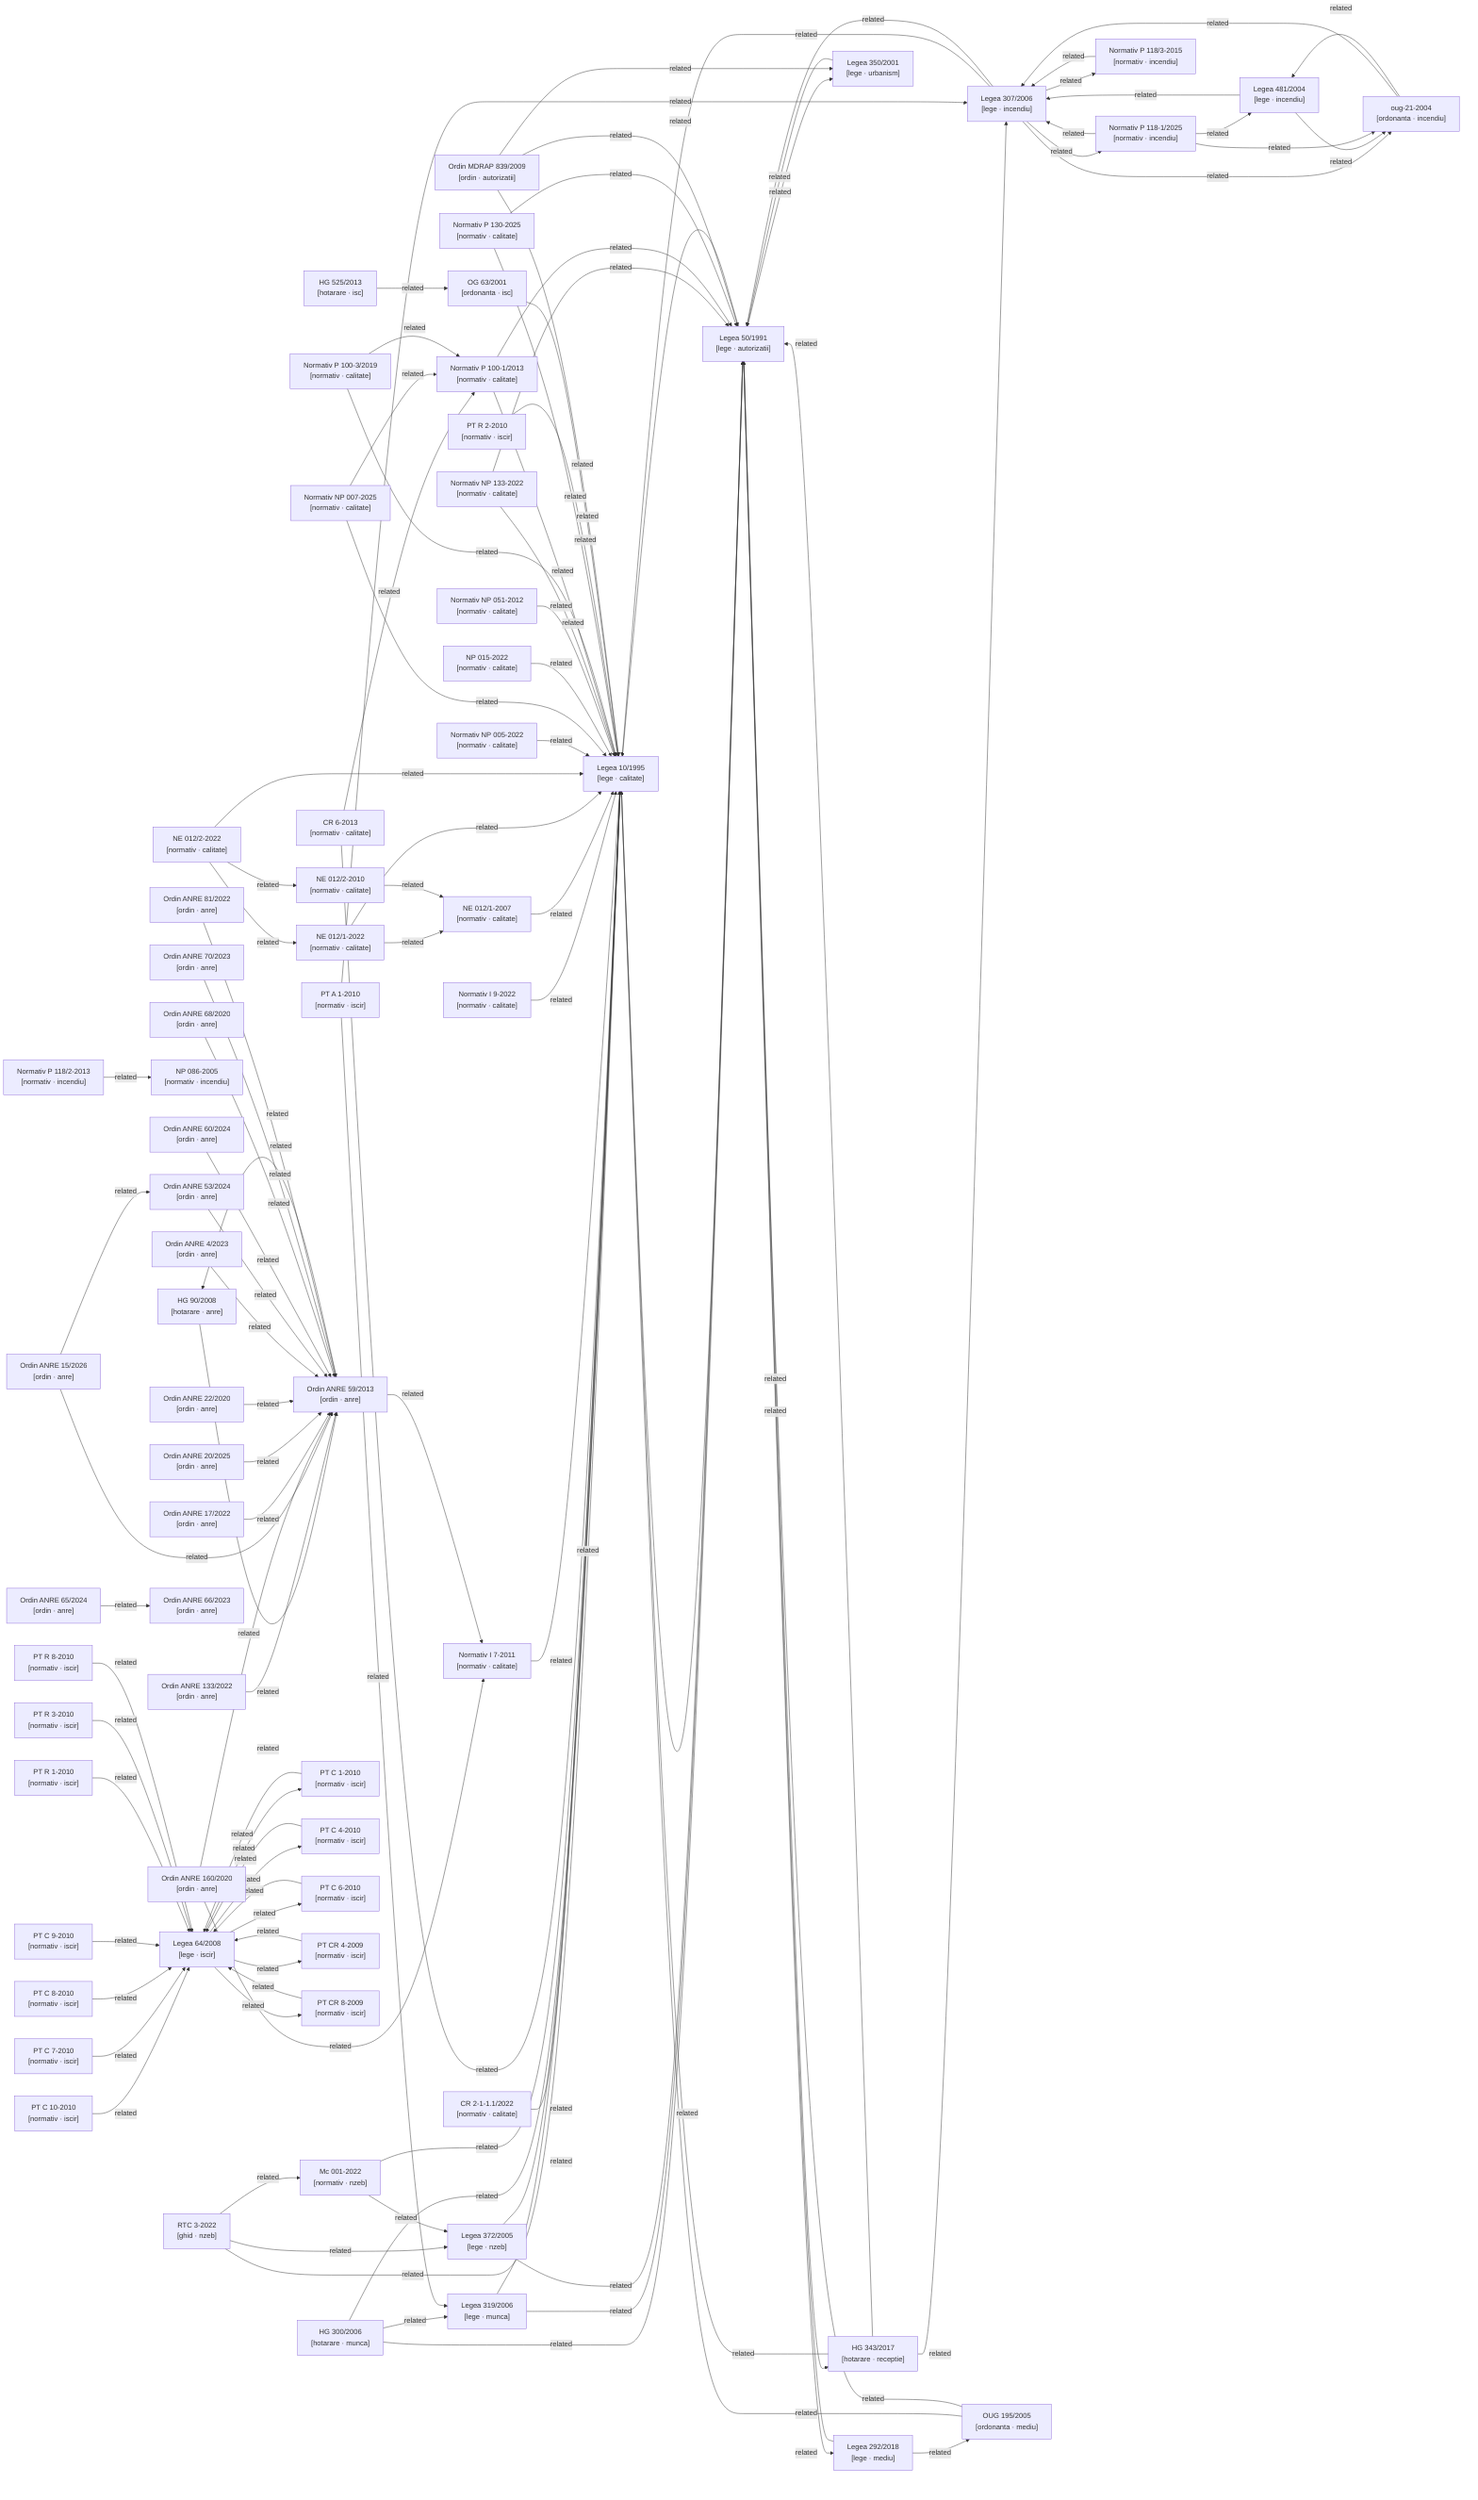
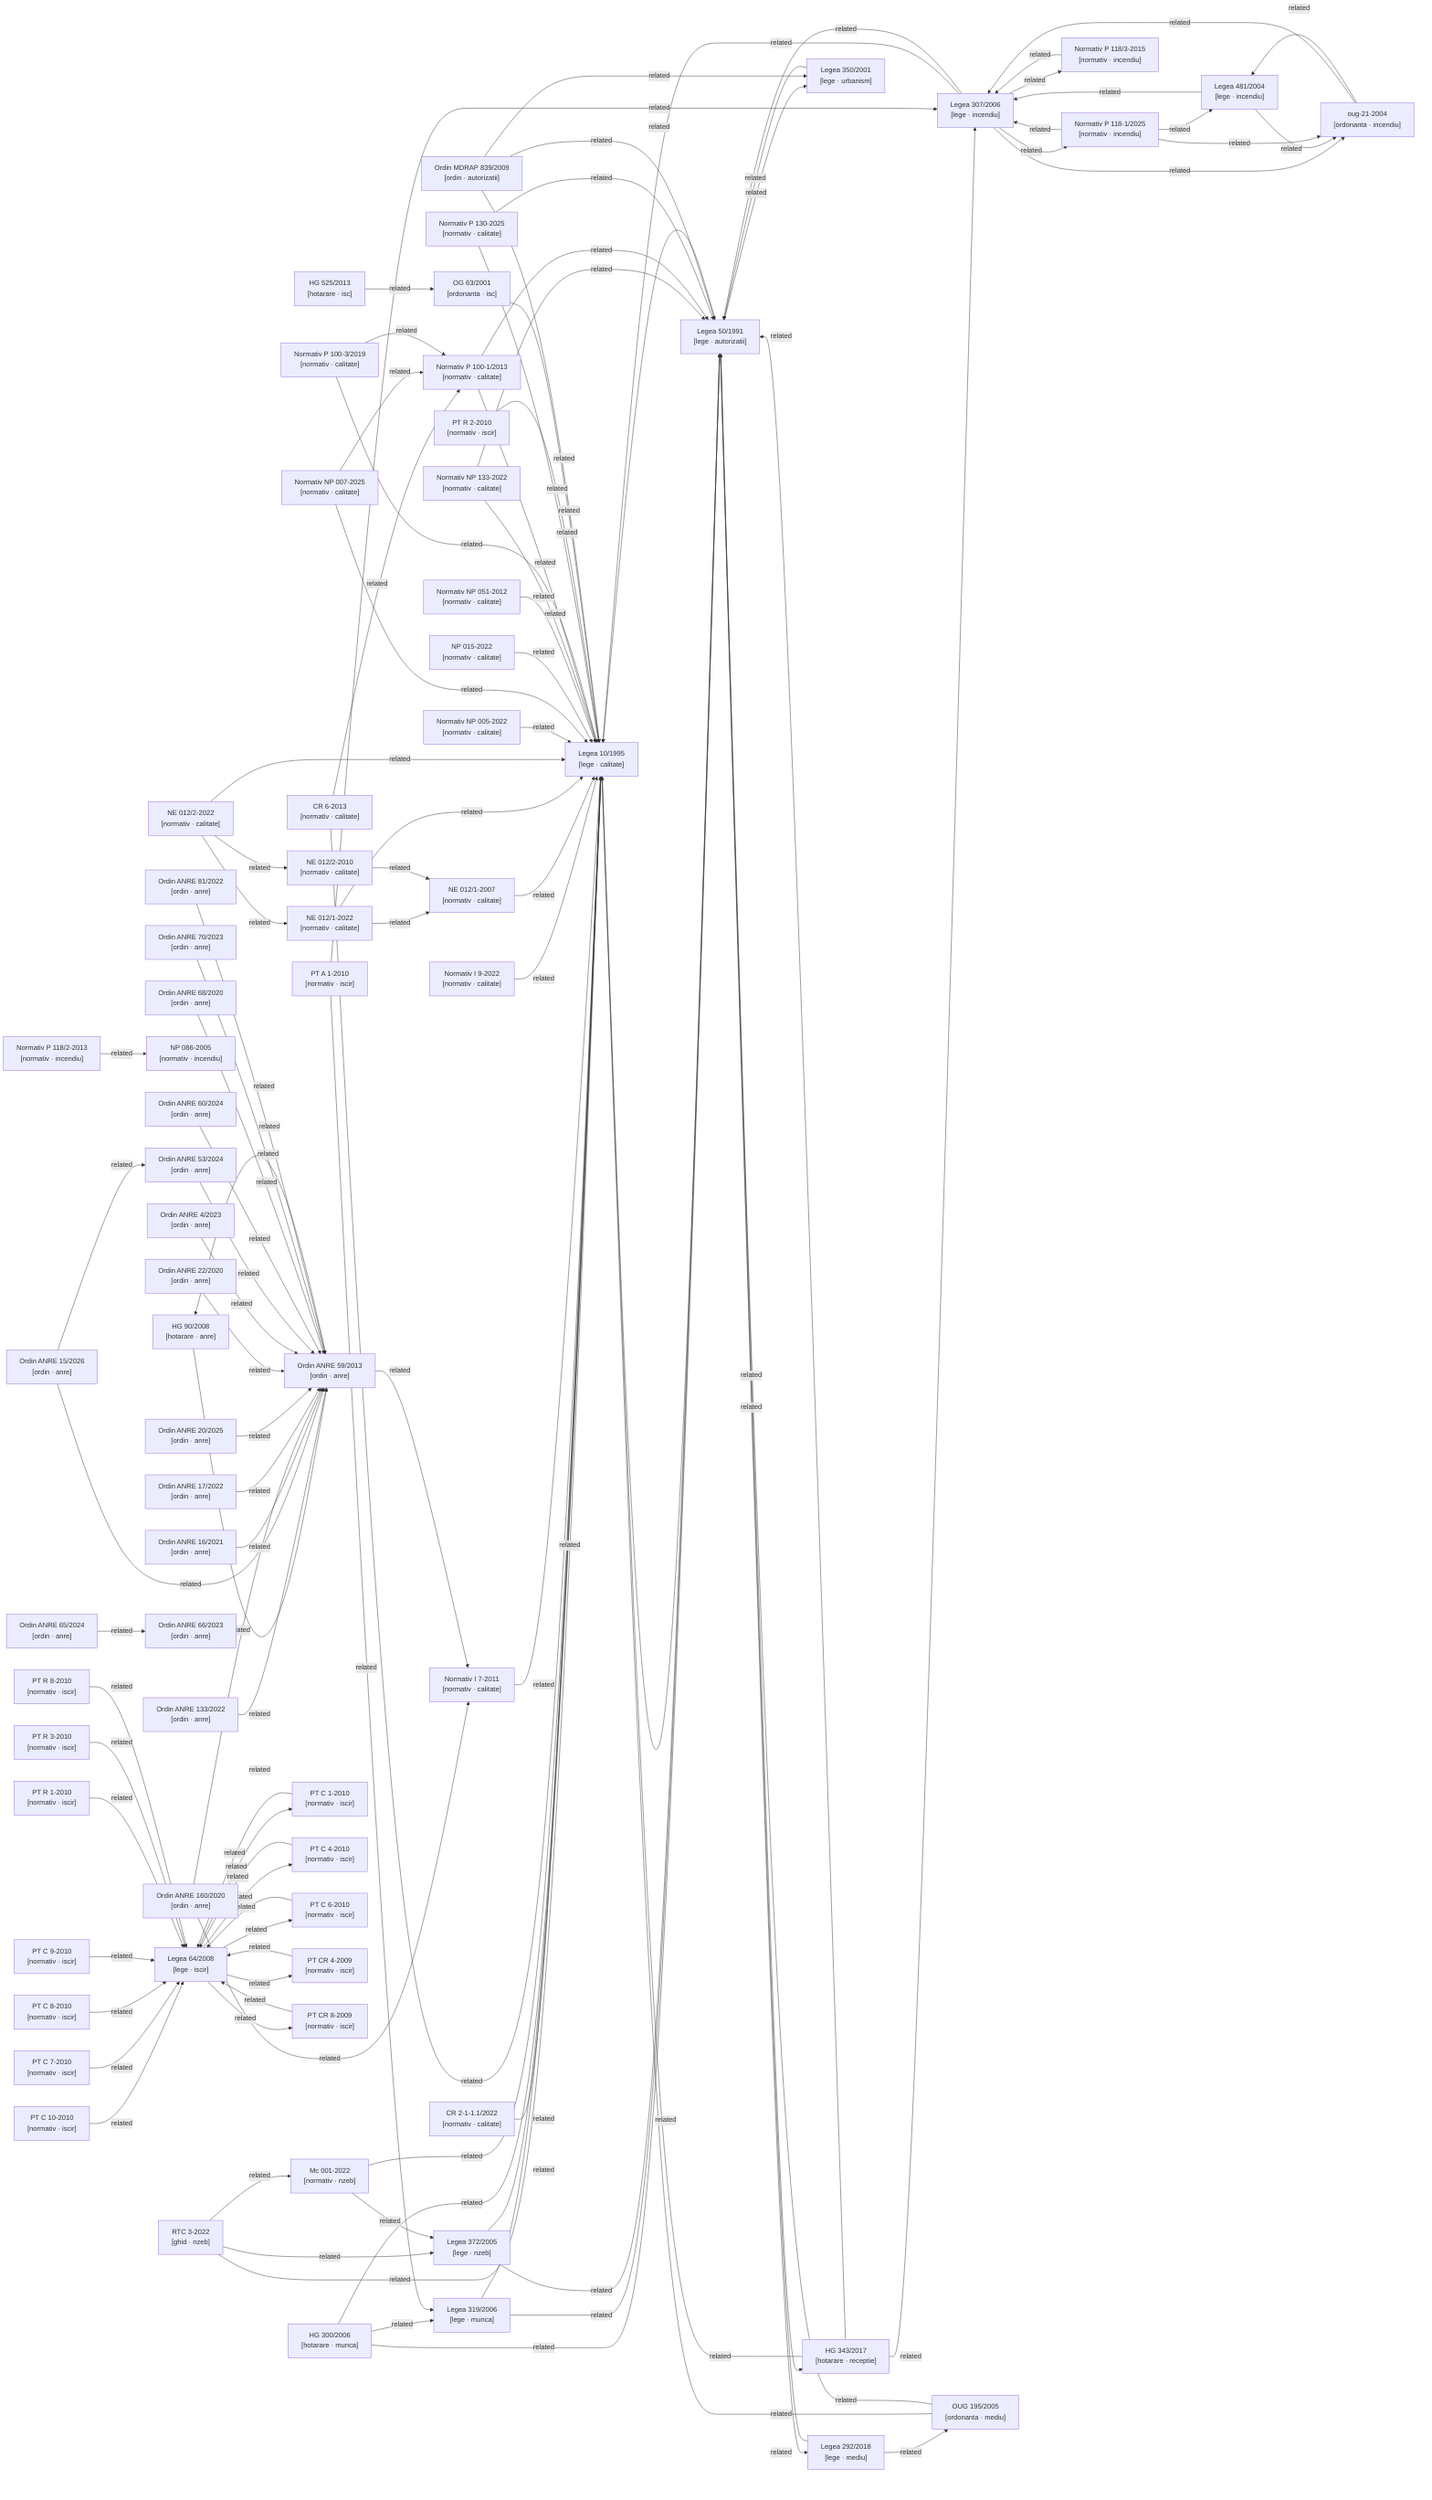
graph LR

  %% Nodes
  ghid-rtc3-2022["RTC 3-2022\n[ghid · nzeb]"]
  hg-300-2006["HG 300/2006\n[hotarare · munca]"]
  hg-343-2017["HG 343/2017\n[hotarare · receptie]"]
  hg-525-2013["HG 525/2013\n[hotarare · isc]"]
  hg-90-2008["HG 90/2008\n[hotarare · anre]"]
  lege-10-1995["Legea 10/1995\n[lege · calitate]"]
  lege-292-2018["Legea 292/2018\n[lege · mediu]"]
  lege-307-2006["Legea 307/2006\n[lege · incendiu]"]
  lege-319-2006["Legea 319/2006\n[lege · munca]"]
  lege-350-2001["Legea 350/2001\n[lege · urbanism]"]
  lege-372-2005["Legea 372/2005\n[lege · nzeb]"]
  lege-481-2004["Legea 481/2004\n[lege · incendiu]"]
  lege-50-1991["Legea 50/1991\n[lege · autorizatii]"]
  lege-64-2008["Legea 64/2008\n[lege · iscir]"]
  metodologie-mc001-2022["Mc 001-2022\n[normativ · nzeb]"]
  normativ-cr2-1-1-1-2022["CR 2-1-1.1/2022\n[normativ · calitate]"]
  normativ-cr6-2013["CR 6-2013\n[normativ · calitate]"]
  normativ-i7-2011["Normativ I 7-2011\n[normativ · calitate]"]
  normativ-i9-2022["Normativ I 9-2022\n[normativ · calitate]"]
  normativ-ne012-1-2007["NE 012/1-2007\n[normativ · calitate]"]
  normativ-ne012-1-2022["NE 012/1-2022\n[normativ · calitate]"]
  normativ-ne012-2-2010["NE 012/2-2010\n[normativ · calitate]"]
  normativ-ne012-2-2022["NE 012/2-2022\n[normativ · calitate]"]
  normativ-np005-2022["Normativ NP 005-2022\n[normativ · calitate]"]
  normativ-np007-2025["Normativ NP 007-2025\n[normativ · calitate]"]
  normativ-np015-2022["NP 015-2022\n[normativ · calitate]"]
  normativ-np051-2012["Normativ NP 051-2012\n[normativ · calitate]"]
  normativ-np086-2005["NP 086-2005\n[normativ · incendiu]"]
  normativ-np133-2022["Normativ NP 133-2022\n[normativ · calitate]"]
  normativ-p100-1-2013["Normativ P 100-1/2013\n[normativ · calitate]"]
  normativ-p100-3-2019["Normativ P 100-3/2019\n[normativ · calitate]"]
  normativ-p118-1-2025["Normativ P 118-1/2025\n[normativ · incendiu]"]
  normativ-p118-2-2013["Normativ P 118/2-2013\n[normativ · incendiu]"]
  normativ-p118-3-2015["Normativ P 118/3-2015\n[normativ · incendiu]"]
  normativ-p130-2025["Normativ P 130-2025\n[normativ · calitate]"]
  normativ-pt-a1-2010["PT A 1-2010\n[normativ · iscir]"]
  normativ-pt-c1-2010["PT C 1-2010\n[normativ · iscir]"]
  normativ-pt-c10-2010["PT C 10-2010\n[normativ · iscir]"]
  normativ-pt-c4-2010["PT C 4-2010\n[normativ · iscir]"]
  normativ-pt-c6-2010["PT C 6-2010\n[normativ · iscir]"]
  normativ-pt-c7-2010["PT C 7-2010\n[normativ · iscir]"]
  normativ-pt-c8-2010["PT C 8-2010\n[normativ · iscir]"]
  normativ-pt-c9-2010["PT C 9-2010\n[normativ · iscir]"]
  normativ-pt-cr4-2009["PT CR 4-2009\n[normativ · iscir]"]
  normativ-pt-cr8-2009["PT CR 8-2009\n[normativ · iscir]"]
  normativ-pt-r1-2010["PT R 1-2010\n[normativ · iscir]"]
  normativ-pt-r2-2010["PT R 2-2010\n[normativ · iscir]"]
  normativ-pt-r3-2010["PT R 3-2010\n[normativ · iscir]"]
  normativ-pt-r8-2010["PT R 8-2010\n[normativ · iscir]"]
  og-63-2001["OG 63/2001\n[ordonanta · isc]"]
  ordin-839-2009["Ordin MDRAP 839/2009\n[ordin · autorizatii]"]
  ordin-anre-133-2022["Ordin ANRE 133/2022\n[ordin · anre]"]
  ordin-anre-15-2026["Ordin ANRE 15/2026\n[ordin · anre]"]
+   ordin-anre-16-2021["Ordin ANRE 16/2021\n[ordin · anre]"]
  ordin-anre-160-2020["Ordin ANRE 160/2020\n[ordin · anre]"]
  ordin-anre-17-2022["Ordin ANRE 17/2022\n[ordin · anre]"]
  ordin-anre-20-2025["Ordin ANRE 20/2025\n[ordin · anre]"]
  ordin-anre-22-2020["Ordin ANRE 22/2020\n[ordin · anre]"]
  ordin-anre-4-2023["Ordin ANRE 4/2023\n[ordin · anre]"]
  ordin-anre-53-2024["Ordin ANRE 53/2024\n[ordin · anre]"]
  ordin-anre-59-2013["Ordin ANRE 59/2013\n[ordin · anre]"]
  ordin-anre-60-2024["Ordin ANRE 60/2024\n[ordin · anre]"]
  ordin-anre-65-2024["Ordin ANRE 65/2024\n[ordin · anre]"]
  ordin-anre-66-2023["Ordin ANRE 66/2023\n[ordin · anre]"]
  ordin-anre-68-2020["Ordin ANRE 68/2020\n[ordin · anre]"]
  ordin-anre-70-2023["Ordin ANRE 70/2023\n[ordin · anre]"]
  ordin-anre-81-2022["Ordin ANRE 81/2022\n[ordin · anre]"]
  oug-195-2005["OUG 195/2005\n[ordonanta · mediu]"]
  oug-21-2004["oug-21-2004\n[ordonanta · incendiu]"]

  %% Confirmed relationships (from metadata related_acts)
  ghid-rtc3-2022 -->|related| lege-10-1995
  ghid-rtc3-2022 -->|related| lege-372-2005
  ghid-rtc3-2022 -->|related| metodologie-mc001-2022
  hg-300-2006 -->|related| lege-10-1995
  hg-300-2006 -->|related| lege-319-2006
  hg-300-2006 -->|related| lege-50-1991
  hg-343-2017 -->|related| lege-10-1995
  hg-343-2017 -->|related| lege-307-2006
  hg-343-2017 -->|related| lege-50-1991
  hg-525-2013 -->|related| og-63-2001
  hg-90-2008 -->|related| ordin-anre-59-2013
  lege-10-1995 -->|related| lege-50-1991
  lege-292-2018 -->|related| lege-50-1991
  lege-292-2018 -->|related| oug-195-2005
  lege-307-2006 -->|related| lege-10-1995
  lege-307-2006 -->|related| lege-50-1991
  lege-307-2006 -->|related| normativ-p118-1-2025
  lege-307-2006 -->|related| normativ-p118-3-2015
  lege-307-2006 -->|related| oug-21-2004
  lege-319-2006 -->|related| lege-10-1995
  lege-319-2006 -->|related| lege-50-1991
  lege-350-2001 -->|related| lege-50-1991
  lege-372-2005 -->|related| lege-10-1995
  lege-372-2005 -->|related| lege-50-1991
  lege-481-2004 -->|related| lege-307-2006
  lege-481-2004 -->|related| oug-21-2004
  lege-50-1991 -->|related| hg-343-2017
  lege-50-1991 -->|related| lege-10-1995
  lege-50-1991 -->|related| lege-292-2018
  lege-50-1991 -->|related| lege-350-2001
  lege-64-2008 -->|related| normativ-pt-c1-2010
  lege-64-2008 -->|related| normativ-pt-c4-2010
  lege-64-2008 -->|related| normativ-pt-c6-2010
  lege-64-2008 -->|related| normativ-pt-cr4-2009
  lege-64-2008 -->|related| normativ-pt-cr8-2009
  metodologie-mc001-2022 -->|related| lege-10-1995
  metodologie-mc001-2022 -->|related| lege-372-2005
  normativ-cr2-1-1-1-2022 -->|related| lege-10-1995
  normativ-cr6-2013 -->|related| lege-10-1995
  normativ-cr6-2013 -->|related| normativ-p100-1-2013
  normativ-i7-2011 -->|related| lege-10-1995
  normativ-i9-2022 -->|related| lege-10-1995
  normativ-ne012-1-2007 -->|related| lege-10-1995
  normativ-ne012-1-2022 -->|related| lege-10-1995
  normativ-ne012-1-2022 -->|related| normativ-ne012-1-2007
  normativ-ne012-2-2010 -->|related| normativ-ne012-1-2007
  normativ-ne012-2-2022 -->|related| lege-10-1995
  normativ-ne012-2-2022 -->|related| normativ-ne012-1-2022
  normativ-ne012-2-2022 -->|related| normativ-ne012-2-2010
  normativ-np005-2022 -->|related| lege-10-1995
  normativ-np007-2025 -->|related| lege-10-1995
  normativ-np007-2025 -->|related| normativ-p100-1-2013
  normativ-np015-2022 -->|related| lege-10-1995
  normativ-np051-2012 -->|related| lege-10-1995
  normativ-np133-2022 -->|related| lege-10-1995
  normativ-np133-2022 -->|related| lege-50-1991
  normativ-p100-1-2013 -->|related| lege-10-1995
  normativ-p100-1-2013 -->|related| lege-50-1991
  normativ-p100-3-2019 -->|related| lege-10-1995
  normativ-p100-3-2019 -->|related| normativ-p100-1-2013
  normativ-p118-1-2025 -->|related| lege-307-2006
  normativ-p118-1-2025 -->|related| lege-481-2004
  normativ-p118-1-2025 -->|related| oug-21-2004
  normativ-p118-2-2013 -->|related| normativ-np086-2005
  normativ-p118-3-2015 -->|related| lege-307-2006
  normativ-p130-2025 -->|related| lege-10-1995
  normativ-p130-2025 -->|related| lege-50-1991
  normativ-pt-a1-2010 -->|related| lege-307-2006
  normativ-pt-a1-2010 -->|related| lege-319-2006
  normativ-pt-c1-2010 -->|related| lege-64-2008
  normativ-pt-c10-2010 -->|related| lege-64-2008
  normativ-pt-c4-2010 -->|related| lege-64-2008
  normativ-pt-c6-2010 -->|related| lege-64-2008
  normativ-pt-c7-2010 -->|related| lege-64-2008
  normativ-pt-c8-2010 -->|related| lege-64-2008
  normativ-pt-c9-2010 -->|related| lege-64-2008
  normativ-pt-cr4-2009 -->|related| lege-64-2008
  normativ-pt-cr8-2009 -->|related| lege-64-2008
  normativ-pt-r1-2010 -->|related| lege-64-2008
  normativ-pt-r2-2010 -->|related| lege-10-1995
  normativ-pt-r3-2010 -->|related| lege-64-2008
  normativ-pt-r8-2010 -->|related| lege-64-2008
  og-63-2001 -->|related| lege-10-1995
  ordin-839-2009 -->|related| lege-10-1995
  ordin-839-2009 -->|related| lege-350-2001
  ordin-839-2009 -->|related| lege-50-1991
  ordin-anre-133-2022 -->|related| ordin-anre-59-2013
  ordin-anre-15-2026 -->|related| ordin-anre-53-2024
  ordin-anre-15-2026 -->|related| ordin-anre-59-2013
+   ordin-anre-16-2021 -->|related| ordin-anre-59-2013
  ordin-anre-160-2020 -->|related| normativ-i7-2011
  ordin-anre-160-2020 -->|related| ordin-anre-59-2013
  ordin-anre-17-2022 -->|related| ordin-anre-59-2013
  ordin-anre-20-2025 -->|related| ordin-anre-59-2013
  ordin-anre-22-2020 -->|related| ordin-anre-59-2013
  ordin-anre-4-2023 -->|related| ordin-anre-59-2013
  ordin-anre-53-2024 -->|related| ordin-anre-59-2013
  ordin-anre-59-2013 -->|related| hg-90-2008
  ordin-anre-59-2013 -->|related| normativ-i7-2011
  ordin-anre-60-2024 -->|related| ordin-anre-59-2013
  ordin-anre-65-2024 -->|related| ordin-anre-66-2023
  ordin-anre-68-2020 -->|related| ordin-anre-59-2013
  ordin-anre-70-2023 -->|related| ordin-anre-59-2013
  ordin-anre-81-2022 -->|related| ordin-anre-59-2013
  oug-195-2005 -->|related| lege-10-1995
  oug-195-2005 -->|related| lege-50-1991
  oug-21-2004 -->|related| lege-307-2006
  oug-21-2004 -->|related| lege-481-2004

  %% Auto-detected relationships (needs_review)
